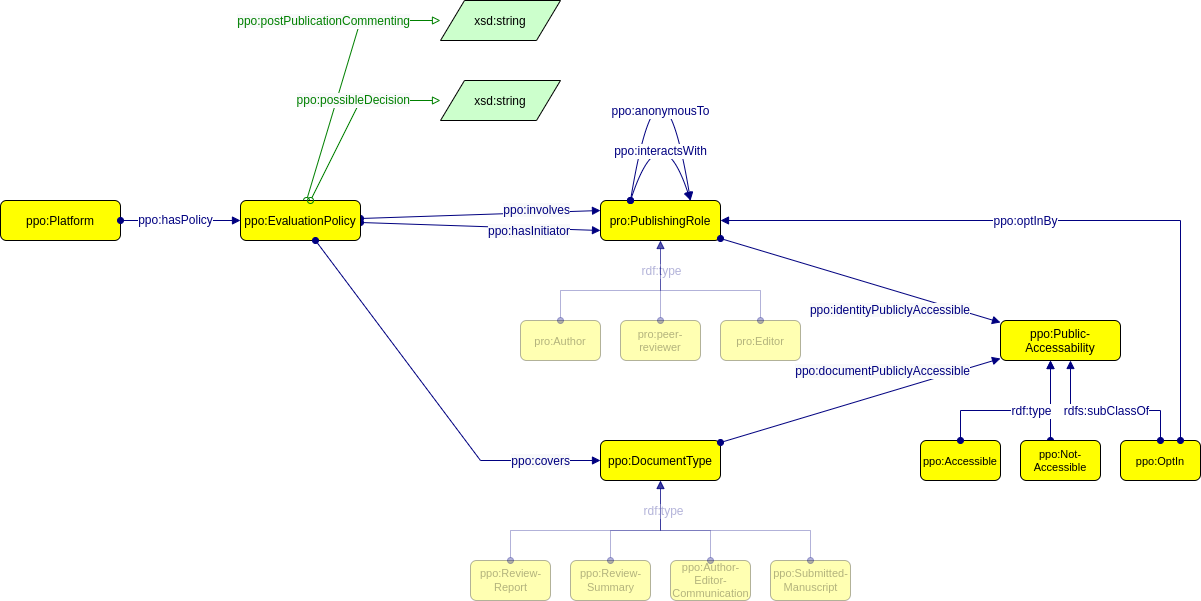
Before: ontology/img/ppo_ontology-Evaluation.drawio.png, a diagram exported from draw.io (CWTSLeiden/Journal-Observatory-data). Source tidied: cells renumbered, new cells last; positions are measured from the earlier drawing's top-left corner, leaving out a move shared by most shapes.
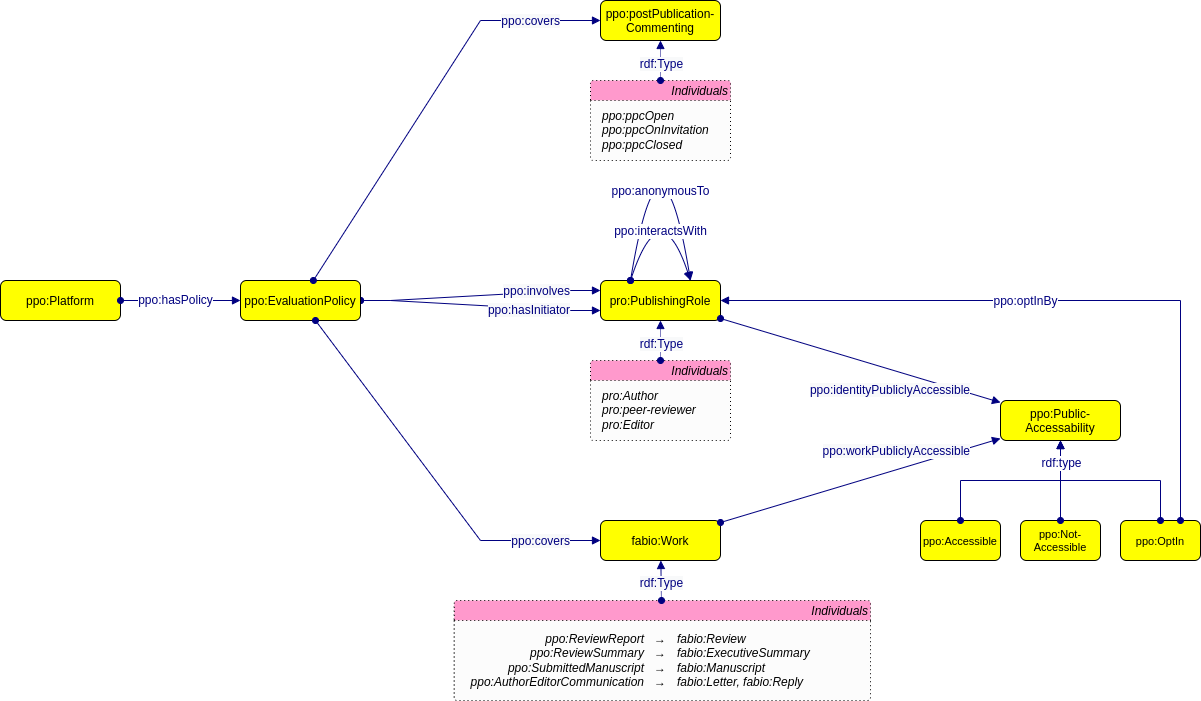
After the commit.

Commit message:
update ontology schemas

Change to the diagram source:
```diff
@@ -4,15 +4,3 @@
     <mxCell id="1" parent="0" />
-    <mxCell id="2" style="graphMlID=e2;rounded=0;endArrow=block;strokeColor=#008000;strokeWidth=1.0;startArrow=oval;startFill=0;endFill=0;fontFamily=Helvetica;fontSize=12;" parent="1" edge="1" source="8" target="54">
-      <mxGeometry relative="1" as="geometry">
-        <Array as="points">
-          <mxPoint x="360" y="20" />
-        </Array>
-      </mxGeometry>
-    </mxCell>
-    <mxCell id="3" value="&lt;font color=&quot;#008000&quot;&gt;&lt;span style=&quot;background-color: rgb(248, 249, 250);&quot;&gt;ppo:postPublicationCommenting&lt;/span&gt;&lt;/font&gt;" style="text;html=1;align=right;verticalAlign=middle;labelBackgroundColor=#ffffff;fontFamily=Helvetica;fontSize=12;" parent="2" vertex="1">
-      <mxGeometry x="-0.09" y="3" relative="1" as="geometry">
-        <mxPoint x="72" y="-62" as="offset" />
-      </mxGeometry>
-    </mxCell>
-    <mxCell id="4" style="graphMlID=e0;rounded=0;endArrow=block;strokeColor=#000080;strokeWidth=1.0;startArrow=oval;startFill=1;endFill=1;fontFamily=Helvetica;fontSize=11;entryX=0;entryY=0.75;entryDx=0;entryDy=0;" parent="1" edge="1" source="8" target="15">
+    <mxCell id="4" style="graphMlID=e0;rounded=0;endArrow=block;strokeColor=#000080;strokeWidth=1.0;startArrow=oval;startFill=1;endFill=1;fontFamily=Helvetica;fontSize=11;entryX=0;entryY=0.75;entryDx=0;entryDy=0;edgeStyle=entityRelationEdgeStyle;" parent="1" edge="1" source="8" target="15">
       <mxGeometry relative="1" as="geometry" />
@@ -24,3 +12,3 @@
     </mxCell>
-    <mxCell id="6" style="graphMlID=e0;rounded=0;endArrow=block;strokeColor=#000080;strokeWidth=1.0;startArrow=oval;startFill=1;endFill=1;fontFamily=Helvetica;fontSize=11;entryX=0;entryY=0.25;entryDx=0;entryDy=0;" parent="1" edge="1" source="8" target="15">
+    <mxCell id="6" style="graphMlID=e0;rounded=0;endArrow=block;strokeColor=#000080;strokeWidth=1.0;startArrow=oval;startFill=1;endFill=1;fontFamily=Helvetica;fontSize=11;entryX=0;entryY=0.25;entryDx=0;entryDy=0;edgeStyle=entityRelationEdgeStyle;" parent="1" edge="1" source="8" target="15">
       <mxGeometry relative="1" as="geometry" />
@@ -44,17 +32,2 @@
     </mxCell>
-    <mxCell id="12" style="graphMlID=e2;rounded=0;endArrow=block;strokeColor=#008000;strokeWidth=1.0;startArrow=oval;startFill=0;endFill=0;fontFamily=Helvetica;fontSize=12;" parent="1" edge="1" source="8" target="14">
-      <mxGeometry relative="1" as="geometry">
-        <Array as="points">
-          <mxPoint x="360" y="100" />
-        </Array>
-      </mxGeometry>
-    </mxCell>
-    <mxCell id="13" value="&lt;font color=&quot;#008000&quot;&gt;&lt;span style=&quot;background-color: rgb(248, 249, 250);&quot;&gt;ppo:possibleDecision&lt;/span&gt;&lt;/font&gt;" style="text;html=1;align=right;verticalAlign=middle;labelBackgroundColor=#ffffff;fontFamily=Helvetica;fontSize=12;" parent="12" vertex="1">
-      <mxGeometry x="-0.09" y="3" relative="1" as="geometry">
-        <mxPoint x="64" y="-21" as="offset" />
-      </mxGeometry>
-    </mxCell>
-    <mxCell id="14" value="xsd:string" style="graphMlID=n6;shape=parallelogram;fillColor=#ccffcc;strokeColor=#000000;strokeWidth=1.0;" parent="1" vertex="1">
-      <mxGeometry x="440" y="80" width="120" height="40" as="geometry" />
-    </mxCell>
     <mxCell id="15" value="pro:PublishingRole" style="graphMlID=n4;shape=rect;rounded=1;arcsize=30;fillColor=#ffff00;strokeColor=#000000;strokeWidth=1.0;" parent="1" vertex="1">
@@ -74,3 +47,3 @@
     </mxCell>
-    <mxCell id="18" value="ppo:DocumentType" style="graphMlID=n4;shape=rect;rounded=1;arcsize=30;fillColor=#ffff00;strokeColor=#000000;strokeWidth=1.0;" parent="1" vertex="1">
+    <mxCell id="18" value="fabio:Work" style="graphMlID=n4;shape=rect;rounded=1;arcsize=30;fillColor=#FFFF00;strokeColor=#000000;strokeWidth=1.0;" parent="1" vertex="1">
       <mxGeometry x="600" y="440" width="120" height="40" as="geometry" />
@@ -89,40 +62,2 @@
     </mxCell>
-    <mxCell id="21" value="pro:Author" style="graphMlID=n4;shape=rect;rounded=1;arcsize=30;fillColor=#ffff00;strokeColor=#000000;strokeWidth=1.0;fontSize=11;fillStyle=auto;opacity=30;textOpacity=30;" parent="1" vertex="1">
-      <mxGeometry x="520" y="320" width="80" height="40" as="geometry" />
-    </mxCell>
-    <mxCell id="22" value="pro:peer-&#10;reviewer" style="graphMlID=n4;shape=rect;rounded=1;arcsize=30;fillColor=#ffff00;strokeColor=#000000;strokeWidth=1.0;fontSize=11;fillStyle=auto;opacity=30;textOpacity=30;" parent="1" vertex="1">
-      <mxGeometry x="620" y="320" width="80" height="40" as="geometry" />
-    </mxCell>
-    <mxCell id="23" value="pro:Editor" style="graphMlID=n4;shape=rect;rounded=1;arcsize=30;fillColor=#ffff00;strokeColor=#000000;strokeWidth=1.0;fontSize=11;fillStyle=auto;opacity=30;textOpacity=30;" parent="1" vertex="1">
-      <mxGeometry x="720" y="320" width="80" height="40" as="geometry" />
-    </mxCell>
-    <mxCell id="24" style="graphMlID=e0;rounded=0;endArrow=block;strokeColor=#000080;strokeWidth=1.0;startArrow=oval;startFill=1;endFill=1;fontFamily=Helvetica;elbow=vertical;fontSize=12;edgeStyle=orthogonalEdgeStyle;opacity=30;textOpacity=30;" parent="1" edge="1" source="22" target="15">
-      <mxGeometry relative="1" as="geometry">
-        <Array as="points">
-          <mxPoint x="660" y="280" />
-          <mxPoint x="660" y="280" />
-        </Array>
-      </mxGeometry>
-    </mxCell>
-    <mxCell id="25" style="graphMlID=e0;rounded=0;endArrow=block;strokeColor=#000080;strokeWidth=1.0;startArrow=oval;startFill=1;endFill=1;fontFamily=Helvetica;elbow=vertical;fontSize=12;edgeStyle=orthogonalEdgeStyle;opacity=30;textOpacity=30;" parent="1" edge="1" source="23" target="15">
-      <mxGeometry relative="1" as="geometry">
-        <Array as="points">
-          <mxPoint x="760" y="290" />
-          <mxPoint x="660" y="290" />
-        </Array>
-      </mxGeometry>
-    </mxCell>
-    <mxCell id="26" style="graphMlID=e0;rounded=0;endArrow=block;strokeColor=#000080;strokeWidth=1.0;startArrow=oval;startFill=1;endFill=1;fontFamily=Helvetica;elbow=vertical;fontSize=12;edgeStyle=orthogonalEdgeStyle;opacity=30;textOpacity=30;" parent="1" edge="1" source="21" target="15">
-      <mxGeometry relative="1" as="geometry">
-        <Array as="points">
-          <mxPoint x="560" y="290" />
-          <mxPoint x="660" y="290" />
-        </Array>
-      </mxGeometry>
-    </mxCell>
-    <mxCell id="27" value="rdf:type" style="edgeLabel;html=1;align=center;verticalAlign=middle;fontSize=12;fontFamily=Helvetica;fontColor=#000080;textOpacity=30;" parent="26" vertex="1">
-      <mxGeometry x="-0.11" y="1" relative="1" as="geometry">
-        <mxPoint x="49" y="-19" as="offset" />
-      </mxGeometry>
-    </mxCell>
     <mxCell id="28" style="graphMlID=e0;rounded=0;endArrow=block;strokeColor=#000080;strokeWidth=1.0;startArrow=oval;startFill=1;endFill=1;fontFamily=Helvetica;elbow=vertical;fontSize=12;exitX=0.25;exitY=0;exitDx=0;exitDy=0;entryX=0.75;entryY=0;entryDx=0;entryDy=0;edgeStyle=orthogonalEdgeStyle;curved=1;" parent="1" edge="1" source="15" target="15">
@@ -139,51 +74,2 @@
     </mxCell>
-    <mxCell id="30" value="ppo:Review-&lt;br&gt;Report" style="graphMlID=n4;shape=rect;rounded=1;arcsize=30;fillColor=#ffff00;strokeColor=#000000;strokeWidth=1.0;fontSize=11;fillStyle=auto;textOpacity=30;html=1;opacity=30;" parent="1" vertex="1">
-      <mxGeometry x="470" y="560" width="80" height="40" as="geometry" />
-    </mxCell>
-    <mxCell id="31" value="ppo:Review-&lt;br&gt;Summary" style="graphMlID=n4;shape=rect;rounded=1;arcsize=30;fillColor=#ffff00;strokeColor=#000000;strokeWidth=1.0;fontSize=11;fillStyle=auto;textOpacity=30;html=1;opacity=30;" parent="1" vertex="1">
-      <mxGeometry x="570" y="560" width="80" height="40" as="geometry" />
-    </mxCell>
-    <mxCell id="32" value="ppo:Author-&lt;br&gt;Editor-&lt;br&gt;Communication" style="graphMlID=n4;shape=rect;rounded=1;arcsize=30;fillColor=#ffff00;strokeColor=#000000;strokeWidth=1.0;fontSize=11;fillStyle=auto;textOpacity=30;html=1;opacity=30;" parent="1" vertex="1">
-      <mxGeometry x="670" y="560" width="80" height="40" as="geometry" />
-    </mxCell>
-    <mxCell id="33" style="graphMlID=e0;rounded=0;endArrow=block;strokeColor=#000080;strokeWidth=1.0;startArrow=oval;startFill=1;endFill=1;fontFamily=Helvetica;elbow=vertical;fontSize=12;edgeStyle=orthogonalEdgeStyle;textOpacity=30;html=1;opacity=30;" parent="1" edge="1" source="31" target="18">
-      <mxGeometry relative="1" as="geometry">
-        <Array as="points">
-          <mxPoint x="610" y="530" />
-          <mxPoint x="660" y="530" />
-        </Array>
-      </mxGeometry>
-    </mxCell>
-    <mxCell id="34" style="graphMlID=e0;rounded=0;endArrow=block;strokeColor=#000080;strokeWidth=1.0;startArrow=oval;startFill=1;endFill=1;fontFamily=Helvetica;elbow=vertical;fontSize=12;edgeStyle=orthogonalEdgeStyle;textOpacity=30;html=1;opacity=30;" parent="1" edge="1" source="32" target="18">
-      <mxGeometry relative="1" as="geometry">
-        <Array as="points">
-          <mxPoint x="710" y="530" />
-          <mxPoint x="660" y="530" />
-        </Array>
-      </mxGeometry>
-    </mxCell>
-    <mxCell id="35" value="ppo:Submitted-&lt;br&gt;Manuscript" style="graphMlID=n4;shape=rect;rounded=1;arcsize=30;fillColor=#ffff00;strokeColor=#000000;strokeWidth=1.0;fontSize=11;fillStyle=auto;textOpacity=30;html=1;opacity=30;" parent="1" vertex="1">
-      <mxGeometry x="770" y="560" width="80" height="40" as="geometry" />
-    </mxCell>
-    <mxCell id="36" style="graphMlID=e0;rounded=0;endArrow=block;strokeColor=#000080;strokeWidth=1.0;startArrow=oval;startFill=1;endFill=1;fontFamily=Helvetica;elbow=vertical;fontSize=12;edgeStyle=orthogonalEdgeStyle;textOpacity=30;html=1;opacity=30;" parent="1" edge="1" source="35" target="18">
-      <mxGeometry relative="1" as="geometry">
-        <Array as="points">
-          <mxPoint x="810" y="530" />
-          <mxPoint x="660" y="530" />
-        </Array>
-      </mxGeometry>
-    </mxCell>
-    <mxCell id="37" style="graphMlID=e0;rounded=0;endArrow=block;strokeColor=#000080;strokeWidth=1.0;startArrow=oval;startFill=1;endFill=1;fontFamily=Helvetica;elbow=vertical;fontSize=12;edgeStyle=orthogonalEdgeStyle;textOpacity=30;html=1;opacity=30;" parent="1" edge="1" source="30" target="18">
-      <mxGeometry relative="1" as="geometry">
-        <Array as="points">
-          <mxPoint x="510" y="530" />
-          <mxPoint x="660" y="530" />
-        </Array>
-      </mxGeometry>
-    </mxCell>
-    <mxCell id="38" value="rdf:type" style="edgeLabel;html=1;align=center;verticalAlign=middle;fontSize=12;fontFamily=Helvetica;fontColor=#000080;textOpacity=30;" parent="37" vertex="1">
-      <mxGeometry x="-0.11" y="1" relative="1" as="geometry">
-        <mxPoint x="79" y="-19" as="offset" />
-      </mxGeometry>
-    </mxCell>
     <mxCell id="39" value="ppo:Public-&#10;Accessability" style="graphMlID=n4;shape=rect;rounded=1;arcsize=30;fillColor=#ffff00;strokeColor=#000000;strokeWidth=1.0;" parent="1" vertex="1">
@@ -197,15 +83,7 @@
     </mxCell>
-    <mxCell id="42" style="graphMlID=e0;rounded=0;endArrow=block;strokeColor=#000080;strokeWidth=1.0;startArrow=oval;startFill=1;endFill=1;fontFamily=Helvetica;elbow=vertical;fontSize=12;edgeStyle=orthogonalEdgeStyle;" parent="1" edge="1" source="41" target="39">
-      <mxGeometry relative="1" as="geometry">
-        <Array as="points">
-          <mxPoint x="1160" y="410" />
-          <mxPoint x="1070" y="410" />
-        </Array>
-      </mxGeometry>
-    </mxCell>
-    <mxCell id="43" style="graphMlID=e0;rounded=0;endArrow=block;strokeColor=#000080;strokeWidth=1.0;startArrow=oval;startFill=1;endFill=1;fontFamily=Helvetica;elbow=vertical;fontSize=12;edgeStyle=orthogonalEdgeStyle;" parent="1" edge="1" source="47" target="39">
+    <mxCell id="43" style="graphMlID=e0;rounded=0;endArrow=block;strokeColor=#000080;strokeWidth=1.0;startArrow=oval;startFill=1;endFill=1;fontFamily=Helvetica;elbow=vertical;fontSize=12;edgeStyle=orthogonalEdgeStyle;" parent="1" edge="1" source="41" target="39">
       <mxGeometry relative="1" as="geometry">
         <Array as="points">
-          <mxPoint x="1050" y="400" />
-          <mxPoint x="1050" y="400" />
+          <mxPoint x="1160" y="400" />
+          <mxPoint x="1060" y="400" />
         </Array>
@@ -216,4 +94,4 @@
         <Array as="points">
-          <mxPoint x="960" y="410" />
-          <mxPoint x="1050" y="410" />
+          <mxPoint x="960" y="400" />
+          <mxPoint x="1060" y="400" />
         </Array>
@@ -221,12 +99,2 @@
     </mxCell>
-    <mxCell id="45" value="rdfs:subClassOf" style="edgeLabel;html=1;align=center;verticalAlign=middle;fontSize=12;fontFamily=Helvetica;fontColor=#000080;" parent="44" vertex="1">
-      <mxGeometry x="-0.11" y="1" relative="1" as="geometry">
-        <mxPoint x="99" y="1" as="offset" />
-      </mxGeometry>
-    </mxCell>
-    <mxCell id="46" value="rdf:type" style="edgeLabel;html=1;align=center;verticalAlign=middle;fontSize=12;fontColor=#000080;" parent="44" vertex="1">
-      <mxGeometry x="0.19" y="-4" relative="1" as="geometry">
-        <mxPoint x="-1" y="-4" as="offset" />
-      </mxGeometry>
-    </mxCell>
     <mxCell id="47" value="ppo:Not-&#10;Accessible" style="graphMlID=n4;shape=rect;rounded=1;arcsize=30;fillColor=#ffff00;strokeColor=#000000;strokeWidth=1.0;fontSize=11;fillStyle=auto;" parent="1" vertex="1">
@@ -245,3 +113,3 @@
     </mxCell>
-    <mxCell id="51" value="&lt;span style=&quot;color: rgb(0, 0, 128); font-size: 12px; background-color: rgb(248, 249, 250);&quot;&gt;ppo:documentPubliclyAccessible&lt;/span&gt;" style="text;html=1;align=right;verticalAlign=middle;labelBackgroundColor=#ffffff;fontSize=12;fontFamily=Helvetica;" parent="50" vertex="1">
+    <mxCell id="51" value="&lt;span style=&quot;color: rgb(0, 0, 128); font-size: 12px; background-color: rgb(248, 249, 250);&quot;&gt;ppo:workPubliclyAccessible&lt;/span&gt;" style="text;html=1;align=right;verticalAlign=middle;labelBackgroundColor=#ffffff;fontSize=12;fontFamily=Helvetica;" parent="50" vertex="1">
       <mxGeometry relative="1" as="geometry">
@@ -262,5 +130,73 @@
     </mxCell>
-    <mxCell id="54" value="xsd:string" style="graphMlID=n6;shape=parallelogram;fillColor=#ccffcc;strokeColor=#000000;strokeWidth=1.0;" parent="1" vertex="1">
-      <mxGeometry x="440" width="120" height="40" as="geometry" />
-    </mxCell>
+    <mxCell id="55" value="Individuals" style="graphMlID=n2;shape=swimlane;startSize=20;rounded=1;arcSize=5;strokeColor=#000000;strokeWidth=1;dashed=1;dashPattern=1 3;align=right;fillColor=#FF99CC;labelBackgroundColor=none;swimlaneFillColor=#FCFCFC;fontStyle=2;" parent="1" vertex="1">
+      <mxGeometry x="453.8" y="520" width="416.2" height="100" as="geometry" />
+    </mxCell>
+    <mxCell id="56" value="ppo:ReviewReport&lt;br style=&quot;font-size: 12px;&quot;&gt;ppo:ReviewSummary&lt;br style=&quot;font-size: 12px;&quot;&gt;ppo:SubmittedManuscript&lt;br style=&quot;font-size: 12px;&quot;&gt;&lt;div style=&quot;font-size: 12px;&quot;&gt;&lt;span style=&quot;background-color: initial; font-size: 12px;&quot;&gt;ppo:AuthorEditorCommunication&lt;/span&gt;&lt;/div&gt;" style="text;html=1;align=right;verticalAlign=middle;strokeColor=none;fillColor=none;fontFamily=Helvetica;fontSize=12;fontStyle=2;" parent="55" vertex="1">
+      <mxGeometry x="-8.8" y="25" width="200" height="70" as="geometry" />
+    </mxCell>
+    <mxCell id="57" value="fabio:Review&lt;br style=&quot;border-color: var(--border-color);&quot;&gt;&lt;span style=&quot;&quot;&gt;fabio:ExecutiveSummary&lt;/span&gt;&lt;br style=&quot;border-color: var(--border-color);&quot;&gt;&lt;span style=&quot;&quot;&gt;fabio:Manuscript&lt;/span&gt;&lt;br style=&quot;border-color: var(--border-color);&quot;&gt;&lt;div style=&quot;border-color: var(--border-color);&quot;&gt;&lt;span style=&quot;border-color: var(--border-color); background-color: initial;&quot;&gt;fabio:Letter, fabio:Reply&lt;/span&gt;&lt;/div&gt;" style="text;html=1;align=left;verticalAlign=middle;strokeColor=none;fillColor=none;fontSize=12;fontFamily=Helvetica;fontStyle=2;" parent="55" vertex="1">
+      <mxGeometry x="221.2" y="25" width="160" height="70" as="geometry" />
+    </mxCell>
+    <mxCell id="58" value="→&lt;br style=&quot;font-size: 12px;&quot;&gt;→&lt;br style=&quot;font-size: 12px;&quot;&gt;→&lt;br style=&quot;font-size: 12px;&quot;&gt;→" style="text;html=1;strokeColor=none;fillColor=none;align=center;verticalAlign=middle;whiteSpace=wrap;rounded=0;fontSize=12;fontFamily=Helvetica;" parent="55" vertex="1">
+      <mxGeometry x="191.2" y="20" width="30" height="80" as="geometry" />
+    </mxCell>
+    <mxCell id="59" style="graphMlID=e5;rounded=0;endArrow=block;strokeColor=#000080;dashed=1;dashPattern=1 1;strokeWidth=1.0;startArrow=oval;startFill=1;endFill=1;fontFamily=Helvetica;fontSize=12;" parent="1" edge="1" source="55" target="18">
+      <mxGeometry relative="1" as="geometry" />
+    </mxCell>
+    <mxCell id="60" value="&lt;span style=&quot;color: rgb(0, 0, 128); font-size: 12px; background-color: rgb(248, 249, 250);&quot;&gt;rdf:Type&lt;/span&gt;" style="text;html=1;align=center;verticalAlign=middle;labelBackgroundColor=#ffffff;fontSize=12;fontFamily=Helvetica;" parent="59" vertex="1">
+      <mxGeometry x="-0.14" y="-3" relative="1" as="geometry">
+        <mxPoint x="-3" as="offset" />
+      </mxGeometry>
+    </mxCell>
+    <mxCell id="61" value="Individuals" style="graphMlID=n2;shape=swimlane;startSize=20;rounded=1;arcSize=5;strokeColor=#000000;strokeWidth=1.0;dashed=1;dashPattern=1 3;align=right;fillColor=#FF99CC;labelBackgroundColor=none;swimlaneFillColor=#FCFCFC;fontStyle=2;" parent="1" vertex="1">
+      <mxGeometry x="590" y="280" width="140" height="80" as="geometry" />
+    </mxCell>
+    <mxCell id="62" value="pro:Author&lt;br&gt;pro:peer-reviewer&lt;br&gt;pro:Editor" style="text;html=1;align=left;verticalAlign=middle;strokeColor=none;fillColor=none;fontFamily=Helvetica;fontSize=12;fontStyle=2;" parent="61" vertex="1">
+      <mxGeometry x="10" y="20" width="120" height="60" as="geometry" />
+    </mxCell>
+    <mxCell id="63" style="graphMlID=e5;rounded=0;endArrow=block;strokeColor=#000080;dashed=1;dashPattern=1 1;strokeWidth=1.0;startArrow=oval;startFill=1;endFill=1;fontFamily=Helvetica;fontSize=12;" parent="1" edge="1" source="61" target="15">
+      <mxGeometry relative="1" as="geometry" />
+    </mxCell>
+    <mxCell id="64" value="&lt;span style=&quot;color: rgb(0, 0, 128); font-size: 12px; background-color: rgb(248, 249, 250);&quot;&gt;rdf:Type&lt;/span&gt;" style="text;html=1;align=center;verticalAlign=middle;labelBackgroundColor=#ffffff;fontSize=12;fontFamily=Helvetica;" parent="63" vertex="1">
+      <mxGeometry x="-0.14" y="-3" relative="1" as="geometry">
+        <mxPoint x="-3" as="offset" />
+      </mxGeometry>
+    </mxCell>
+    <mxCell id="65" value="ppo:postPublication-&#10;Commenting" style="graphMlID=n4;shape=rect;rounded=1;arcsize=30;fillColor=#ffff00;strokeColor=#000000;strokeWidth=1.0;" parent="1" vertex="1">
+      <mxGeometry x="600" y="-80" width="120" height="40" as="geometry" />
+    </mxCell>
+    <mxCell id="66" value="Individuals" style="graphMlID=n2;shape=swimlane;startSize=20;rounded=1;arcSize=5;strokeColor=#000000;strokeWidth=1.0;dashed=1;dashPattern=1 3;align=right;fillColor=#FF99CC;labelBackgroundColor=none;swimlaneFillColor=#FCFCFC;fontStyle=2;" parent="1" vertex="1">
+      <mxGeometry x="590" width="140" height="80" as="geometry" />
+    </mxCell>
+    <mxCell id="67" value="ppo:ppcOpen&lt;br&gt;ppo:ppcOnInvitation&lt;br&gt;ppo:ppcClosed" style="text;html=1;align=left;verticalAlign=middle;strokeColor=none;fillColor=none;fontFamily=Helvetica;fontSize=12;fontStyle=2;" parent="66" vertex="1">
+      <mxGeometry x="10" y="20" width="130" height="60" as="geometry" />
+    </mxCell>
+    <mxCell id="68" style="graphMlID=e5;rounded=0;endArrow=block;strokeColor=#000080;dashed=1;dashPattern=1 1;strokeWidth=1.0;startArrow=oval;startFill=1;endFill=1;fontFamily=Helvetica;fontSize=12;" parent="1" edge="1" source="66" target="65">
+      <mxGeometry relative="1" as="geometry" />
+    </mxCell>
+    <mxCell id="69" value="&lt;span style=&quot;color: rgb(0, 0, 128); font-size: 12px; background-color: rgb(248, 249, 250);&quot;&gt;rdf:Type&lt;/span&gt;" style="text;html=1;align=center;verticalAlign=middle;labelBackgroundColor=#ffffff;fontSize=12;fontFamily=Helvetica;" parent="68" vertex="1">
+      <mxGeometry x="-0.14" y="-3" relative="1" as="geometry">
+        <mxPoint x="-3" as="offset" />
+      </mxGeometry>
+    </mxCell>
+    <mxCell id="70" style="graphMlID=e0;rounded=0;endArrow=block;strokeColor=#000080;strokeWidth=1.0;startArrow=oval;startFill=1;endFill=1;fontFamily=Helvetica;fontSize=11;" parent="1" edge="1" source="8" target="65">
+      <mxGeometry relative="1" as="geometry">
+        <Array as="points">
+          <mxPoint x="480" y="-60" />
+        </Array>
+      </mxGeometry>
+    </mxCell>
+    <mxCell id="71" value="&lt;span style=&quot;color: rgb(0, 0, 128); font-size: 12px; background-color: rgb(248, 249, 250);&quot;&gt;ppo:covers&lt;/span&gt;" style="text;html=1;align=right;verticalAlign=middle;labelBackgroundColor=#ffffff;fontSize=12;fontFamily=Helvetica;" parent="70" vertex="1">
+      <mxGeometry relative="1" as="geometry">
+        <mxPoint x="131" y="-79" as="offset" />
+      </mxGeometry>
+    </mxCell>
+    <mxCell id="72" style="graphMlID=e0;rounded=0;endArrow=block;strokeColor=#000080;strokeWidth=1.0;startArrow=oval;startFill=1;endFill=1;fontFamily=Helvetica;elbow=vertical;fontSize=12;edgeStyle=orthogonalEdgeStyle;" parent="1" edge="1" source="47" target="39">
+      <mxGeometry relative="1" as="geometry" />
+    </mxCell>
+    <mxCell id="46" value="rdf:type" style="edgeLabel;html=1;align=center;verticalAlign=middle;fontSize=12;fontColor=#000080;" parent="72" vertex="1">
+      <mxGeometry x="0.19" y="-4" relative="1" as="geometry">
+        <mxPoint x="-4" y="-10" as="offset" />
+      </mxGeometry>
+    </mxCell>
   </root>
```
